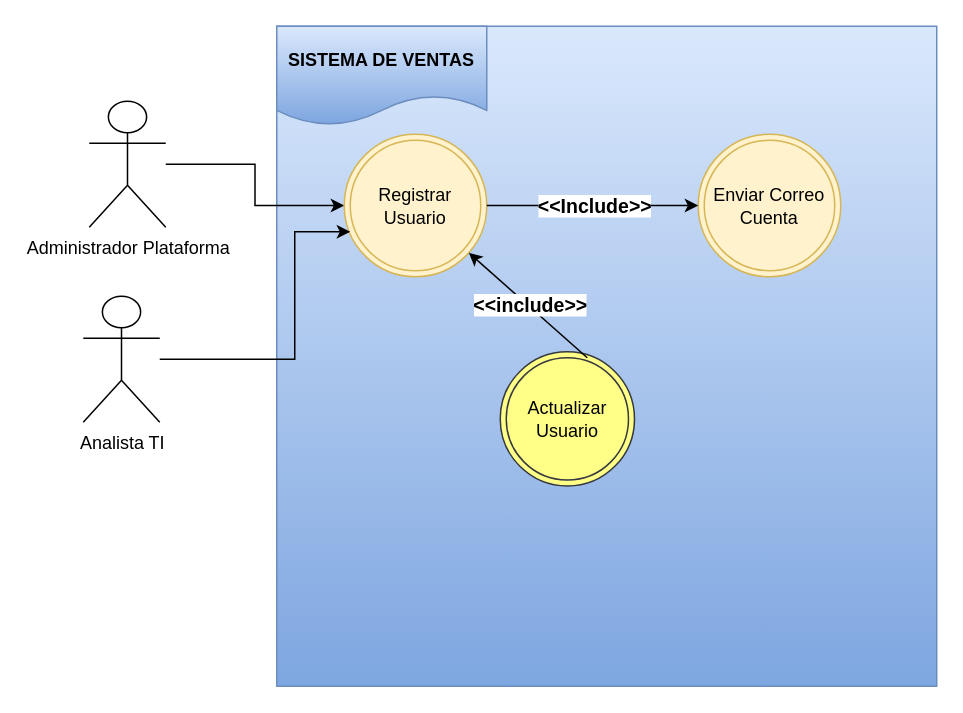
The draw.io diagram programacion23.drawio in Pablo2467/drawio3, before the edit. Source tidied: cells renumbered, new cells numbered last; positions are measured from the earlier drawing's top-left corner, leaving out a move shared by most shapes. Both pictures are drawn from the tidied source at 150%, with x=0, y=0 at pixel (82, 26).
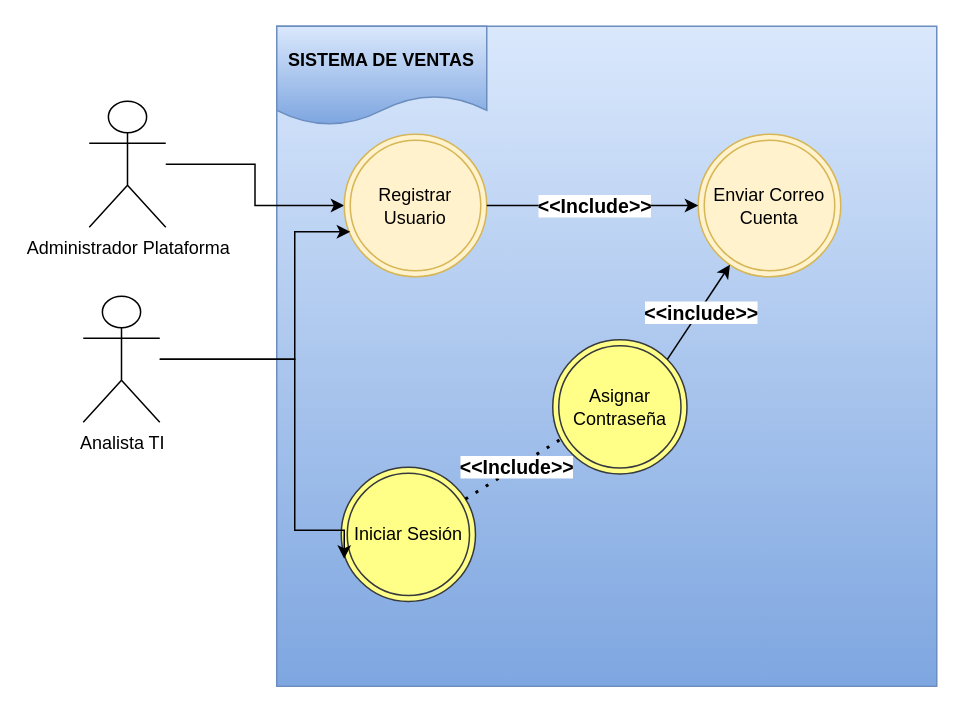
Above is the later version.

Unchanged cells that the change refers to:
```xml
<mxCell id="6" value="Analista TI" style="shape=umlActor;verticalLabelPosition=bottom;verticalAlign=top;html=1;outlineConnect=0;" parent="1" vertex="1">
  <mxGeometry y="180" width="51" height="84" as="geometry" />
</mxCell>
<mxCell id="7" value="Registrar Usuario" style="ellipse;shape=doubleEllipse;whiteSpace=wrap;html=1;fillColor=#fff2cc;strokeColor=#d6b656;" parent="1" vertex="1">
  <mxGeometry x="174" y="72" width="95" height="95" as="geometry" />
</mxCell>
<mxCell id="12" value="Enviar Correo Cuenta" style="ellipse;shape=doubleEllipse;whiteSpace=wrap;html=1;fillColor=#fff2cc;strokeColor=#d6b656;" parent="1" vertex="1">
  <mxGeometry x="410" y="72" width="95" height="95" as="geometry" />
</mxCell>
```

Diff of the diagram source:
```diff
@@
-    <mxCell id="9" value="Actualizar Usuario" style="ellipse;shape=doubleEllipse;whiteSpace=wrap;html=1;fillColor=#ffff88;strokeColor=#36393d;" parent="1" vertex="1">
-      <mxGeometry x="278" y="217" width="89.5" height="89.5" as="geometry" />
+    <mxCell id="9" value="Iniciar Sesión" style="ellipse;shape=doubleEllipse;whiteSpace=wrap;html=1;fillColor=#ffff88;strokeColor=#36393d;" parent="1" vertex="1">
+      <mxGeometry x="172" y="294" width="89.5" height="89.5" as="geometry" />
     </mxCell>
-    <mxCell id="10" style="endArrow=classic;html=1;rounded=0;" parent="1" edge="1" target="7">
-      <mxGeometry relative="1" as="geometry">
-        <mxPoint x="336" y="221" as="sourcePoint" />
-      </mxGeometry>
-    </mxCell>
-    <mxCell id="11" value="&amp;lt;&amp;lt;include&amp;gt;&amp;gt;" style="edgeLabel;html=1;align=center;verticalAlign=middle;fontSize=13;fontStyle=1;" parent="10" vertex="1">
-      <mxGeometry x="0.01" y="-1" relative="1" as="geometry" />
-    </mxCell>
@@
+    <mxCell id="15" value="Asignar Contraseña" style="ellipse;shape=doubleEllipse;whiteSpace=wrap;html=1;fillColor=#ffff88;strokeColor=#36393d;" parent="1" vertex="1">
+      <mxGeometry x="313" y="209" width="89.5" height="89.5" as="geometry" />
+    </mxCell>
+    <mxCell id="16" style="endArrow=classic;html=1;rounded=0;exitX=1;exitY=0;exitDx=0;exitDy=0;" parent="1" edge="1" source="15" target="12">
+      <mxGeometry relative="1" as="geometry" />
+    </mxCell>
+    <mxCell id="11" value="&amp;lt;&amp;lt;include&amp;gt;&amp;gt;" style="edgeLabel;html=1;align=center;verticalAlign=middle;fontSize=13;fontStyle=1;" parent="16" vertex="1">
+      <mxGeometry x="0.01" y="-1" relative="1" as="geometry" />
+    </mxCell>
+    <mxCell id="17" style="edgeStyle=orthogonalEdgeStyle;rounded=0;jettySize=auto;html=1;entryX=0.022;entryY=0.682;entryDx=0;entryDy=0;entryPerimeter=0;" parent="1" edge="1" source="6" target="9">
+      <mxGeometry relative="1" as="geometry">
+        <Array as="points">
+          <mxPoint x="141" y="222" />
+          <mxPoint x="141" y="336" />
+        </Array>
+      </mxGeometry>
+    </mxCell>
+    <mxCell id="18" style="endArrow=none;dashed=1;html=1;dashPattern=1 3;strokeWidth=2;rounded=0;entryX=0.101;entryY=0.715;entryDx=0;entryDy=0;entryPerimeter=0;" parent="1" edge="1" source="9" target="15">
+      <mxGeometry relative="1" as="geometry" />
+    </mxCell>
+    <mxCell id="19" value="&amp;lt;&amp;lt;Include&amp;gt;&amp;gt;" style="edgeLabel;html=1;align=center;verticalAlign=middle;fontSize=13;fontStyle=1;" parent="18" vertex="1">
+      <mxGeometry x="0.02" relative="1" as="geometry" />
+    </mxCell>
```
